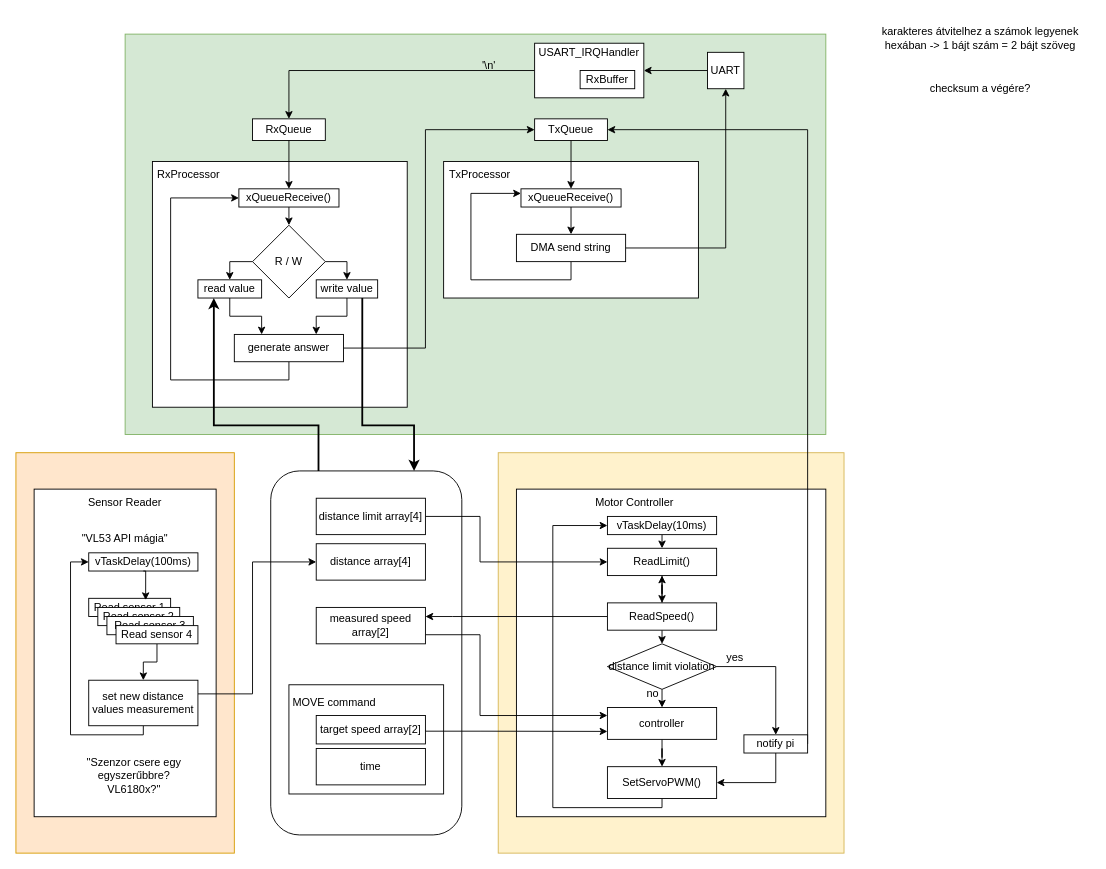
This is Untitled Diagram.drawio from GaryBlackbourne/raspberry-robot, a draw.io file, before an edit. Source tidied: cells renumbered, new cells numbered last; positions are measured from the earlier drawing's top-left corner, leaving out a move shared by most shapes. Both pictures are drawn from the tidied source at 91%, with x=0, y=0 at pixel (15, -148).
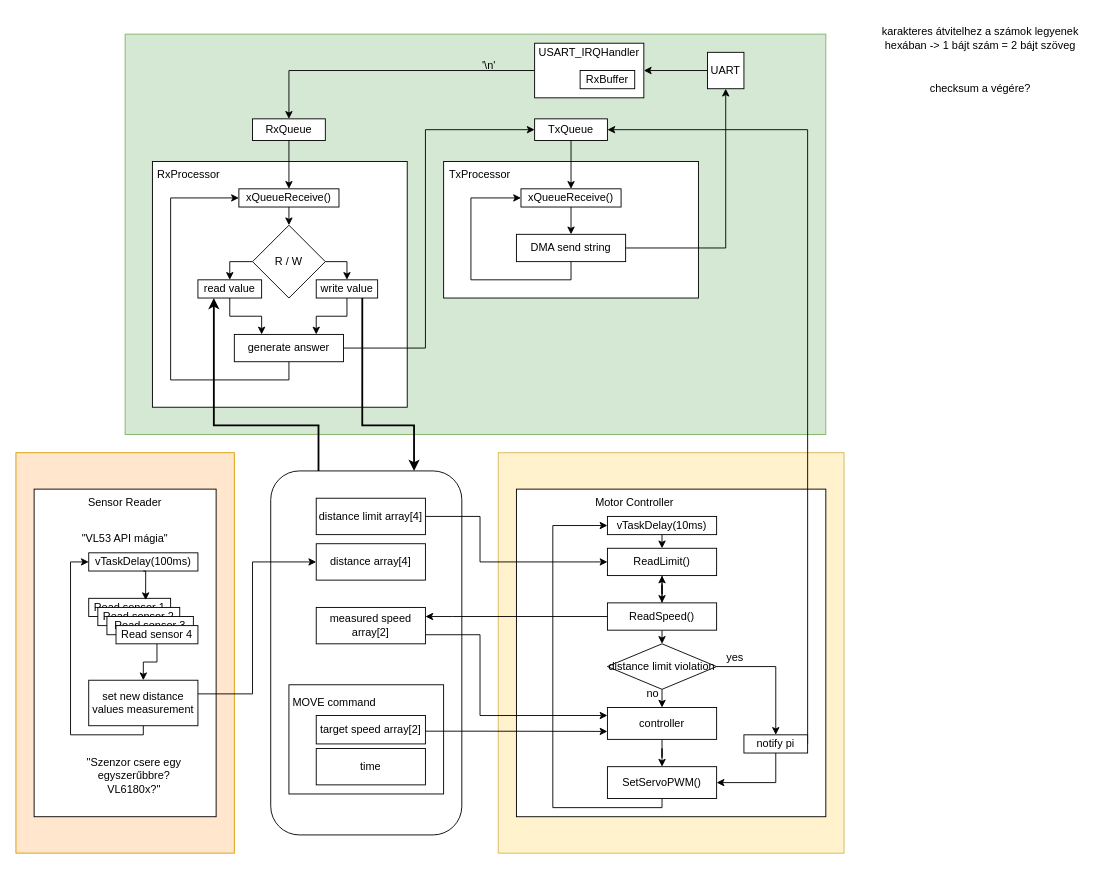
Above is the later version.

Commit message (it also covers changes not shown here):
Updated rx processor task

Unchanged cells that the change refers to:
```xml
<mxCell id="65" value="xQueueReceive()" style="rounded=0;whiteSpace=wrap;html=1;" parent="1" vertex="1">
  <mxGeometry x="555" y="370" width="110" height="20" as="geometry" />
</mxCell>
<mxCell id="82" value="DMA send string" style="rounded=0;whiteSpace=wrap;html=1;" parent="1" vertex="1">
  <mxGeometry x="550" y="420" width="120" height="30" as="geometry" />
</mxCell>
```

The edit, as a diff of the source:
```diff
@@
-    <mxCell id="80" style="edgeStyle=orthogonalEdgeStyle;rounded=0;jettySize=auto;html=1;exitX=0.5;exitY=1;exitDx=0;exitDy=0;entryX=0;entryY=0.25;entryDx=0;entryDy=0;" parent="1" edge="1" source="82" target="65">
+    <mxCell id="80" style="edgeStyle=orthogonalEdgeStyle;rounded=0;jettySize=auto;html=1;exitX=0.5;exitY=1;exitDx=0;exitDy=0;entryX=0;entryY=0.5;entryDx=0;entryDy=0;" parent="1" edge="1" source="82" target="65">
       <mxGeometry relative="1" as="geometry">
         <Array as="points">
           <mxPoint x="610" y="470" />
           <mxPoint x="500" y="470" />
-          <mxPoint x="500" y="375" />
+          <mxPoint x="500" y="380" />
         </Array>
       </mxGeometry>
     </mxCell>
```
